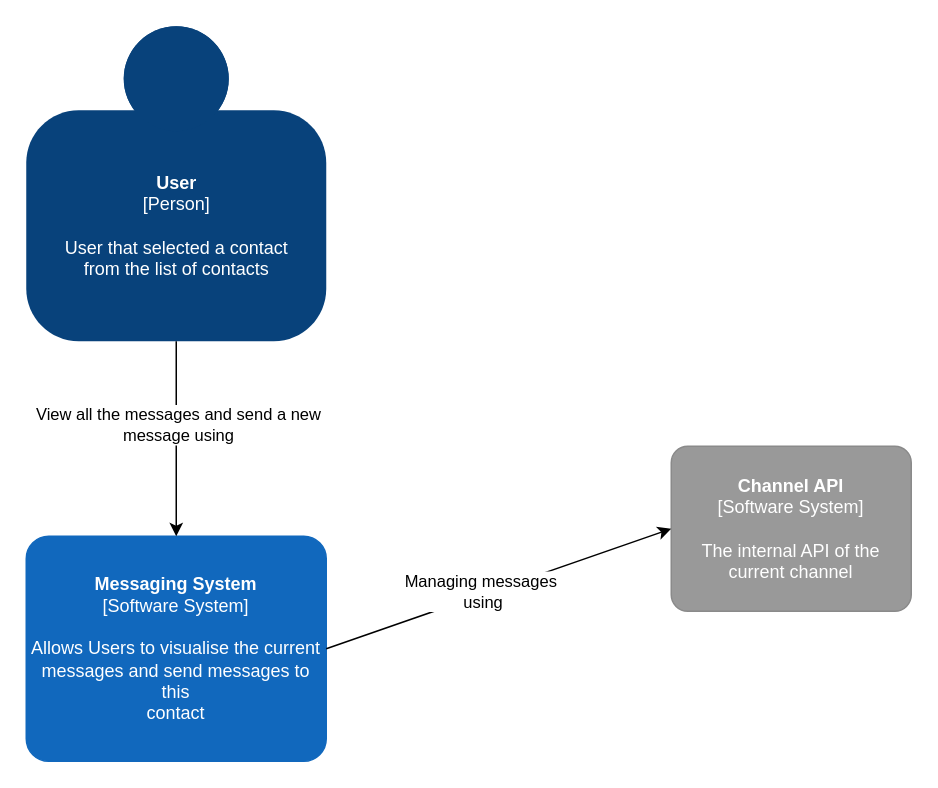
Earlier version of the draw.io diagram page "Context-Diagram" (1 of 3) of C4/C4-Messaging-Module.drawio (HristeaIonut/Morse-Diagrams). Source tidied: cells renumbered, new cells numbered last; positions are measured from the earlier drawing's top-left corner, leaving out a move shared by most shapes. Both pictures are drawn from the tidied source at 150%, with x=0, y=0 at pixel (26, 26).
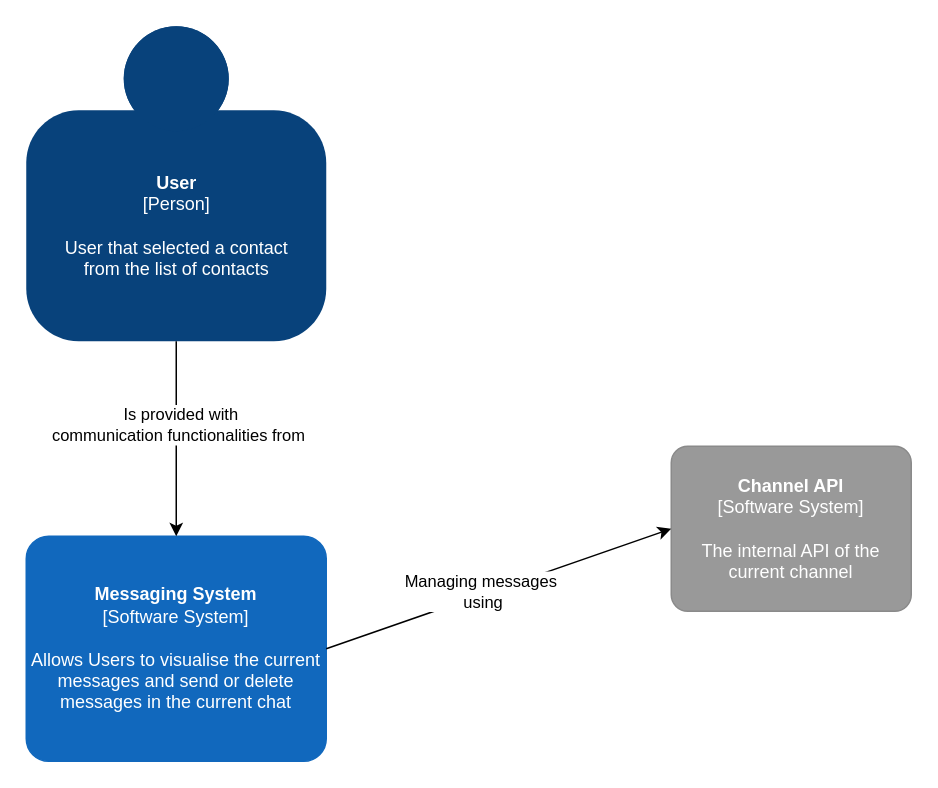
The same diagram, later.

Change to the diagram source:
```diff
@@
 <mxGraphModel>
   <root>
     <mxCell id="0" />
     <mxCell id="1" parent="0" />
     <object id="2" label="&lt;b&gt;%c4Name%&lt;/b&gt;&lt;div&gt;[%c4Type%]&lt;/div&gt;&lt;br&gt;&lt;div&gt;%c4Description%&lt;/div&gt;" c4Description="User that selected a contact &#10;from the list of contacts" c4Name="User" c4Type="Person" placeholders="1">
       <mxCell style="html=1;dashed=0;whitespace=wrap;fillColor=#08427b;strokeColor=none;fontColor=#ffffff;shape=mxgraph.c4.person;align=center;points=[[0.5,0,0],[1,0.5,0],[1,0.75,0],[0.75,1,0],[0.5,1,0],[0.25,1,0],[0,0.75,0],[0,0.5,0]];metaData={&quot;c4Type&quot;:{&quot;editable&quot;:false}};" parent="1" vertex="1">
         <mxGeometry width="200" height="210" as="geometry" />
       </mxCell>
     </object>
-    <object id="3" label="&lt;b&gt;%c4Name%&lt;/b&gt;&lt;div&gt;[%c4Type%]&lt;/div&gt;&lt;br&gt;&lt;div&gt;%c4Description%&lt;/div&gt;" c4Description="Allows Users to visualise the current&#10;messages and send messages to this&#10;contact  " c4Name="Messaging System" c4Type="Software System" placeholders="1">
+    <object id="3" label="&lt;b&gt;%c4Name%&lt;/b&gt;&lt;div&gt;[%c4Type%]&lt;/div&gt;&lt;br&gt;&lt;div&gt;%c4Description%&lt;/div&gt;" c4Description="Allows Users to visualise the current&#10;messages and send or delete messages in the current chat  " c4Name="Messaging System" c4Type="Software System" placeholders="1">
       <mxCell style="rounded=1;whiteSpace=wrap;html=1;labelBackgroundColor=none;fillColor=#1168BD;fontColor=#ffffff;align=center;arcSize=10;strokeColor=#1168BD;metaData={&quot;c4Type&quot;:{&quot;editable&quot;:false}};points=[[0.25,0,0],[0.5,0,0],[0.75,0,0],[1,0.25,0],[1,0.5,0],[1,0.75,0],[0.75,1,0],[0.5,1,0],[0.25,1,0],[0,0.75,0],[0,0.5,0],[0,0.25,0]];" parent="1" vertex="1">
         <mxGeometry y="340" width="200" height="150" as="geometry" />
       </mxCell>
     </object>
     <object id="4" label="&lt;b&gt;%c4Name%&lt;/b&gt;&lt;div&gt;[%c4Type%]&lt;/div&gt;&lt;br&gt;&lt;div&gt;%c4Description%&lt;/div&gt;" c4Description="The internal API of the &#10;current channel " c4Name="Channel API" c4Type="Software System" placeholders="1">
       <mxCell style="rounded=1;whiteSpace=wrap;html=1;labelBackgroundColor=none;fillColor=#999999;fontColor=#ffffff;align=center;arcSize=10;strokeColor=#8A8A8A;metaData={&quot;c4Type&quot;:{&quot;editable&quot;:false}};points=[[0.25,0,0],[0.5,0,0],[0.75,0,0],[1,0.25,0],[1,0.5,0],[1,0.75,0],[0.75,1,0],[0.5,1,0],[0.25,1,0],[0,0.75,0],[0,0.5,0],[0,0.25,0]];" parent="1" vertex="1">
         <mxGeometry x="430" y="280" width="160" height="110" as="geometry" />
       </mxCell>
     </object>
     <mxCell id="5" style="endArrow=classic;html=1;entryX=0.5;entryY=0;entryDx=0;entryDy=0;entryPerimeter=0;exitX=0.5;exitY=1;exitDx=0;exitDy=0;exitPerimeter=0;" parent="1" edge="1" source="2" target="3">
       <mxGeometry relative="1" as="geometry" />
     </mxCell>
-    <mxCell id="6" value="&lt;div&gt;View all the messages and send a new&amp;nbsp;&lt;/div&gt;&lt;div&gt;message using&amp;nbsp;&lt;/div&gt;" style="edgeLabel;html=1;align=center;verticalAlign=middle;" parent="5" vertex="1">
+    <mxCell id="6" value="Is provided with &lt;br&gt;communication functionalities from&amp;nbsp;" style="edgeLabel;html=1;align=center;verticalAlign=middle;" parent="5" vertex="1">
       <mxGeometry x="-0.15" y="2" relative="1" as="geometry" />
     </mxCell>
     <mxCell id="7" style="endArrow=classic;html=1;exitX=1;exitY=0.5;exitDx=0;exitDy=0;exitPerimeter=0;entryX=0;entryY=0.5;entryDx=0;entryDy=0;entryPerimeter=0;" parent="1" edge="1" source="3" target="4">
       <mxGeometry relative="1" as="geometry" />
     </mxCell>
     <mxCell id="8" value="Managing messages&lt;br&gt;&amp;nbsp;using" style="edgeLabel;html=1;align=center;verticalAlign=middle;" parent="7" vertex="1">
       <mxGeometry x="-0.1" y="3" relative="1" as="geometry" />
     </mxCell>
   </root>
 </mxGraphModel>
```
